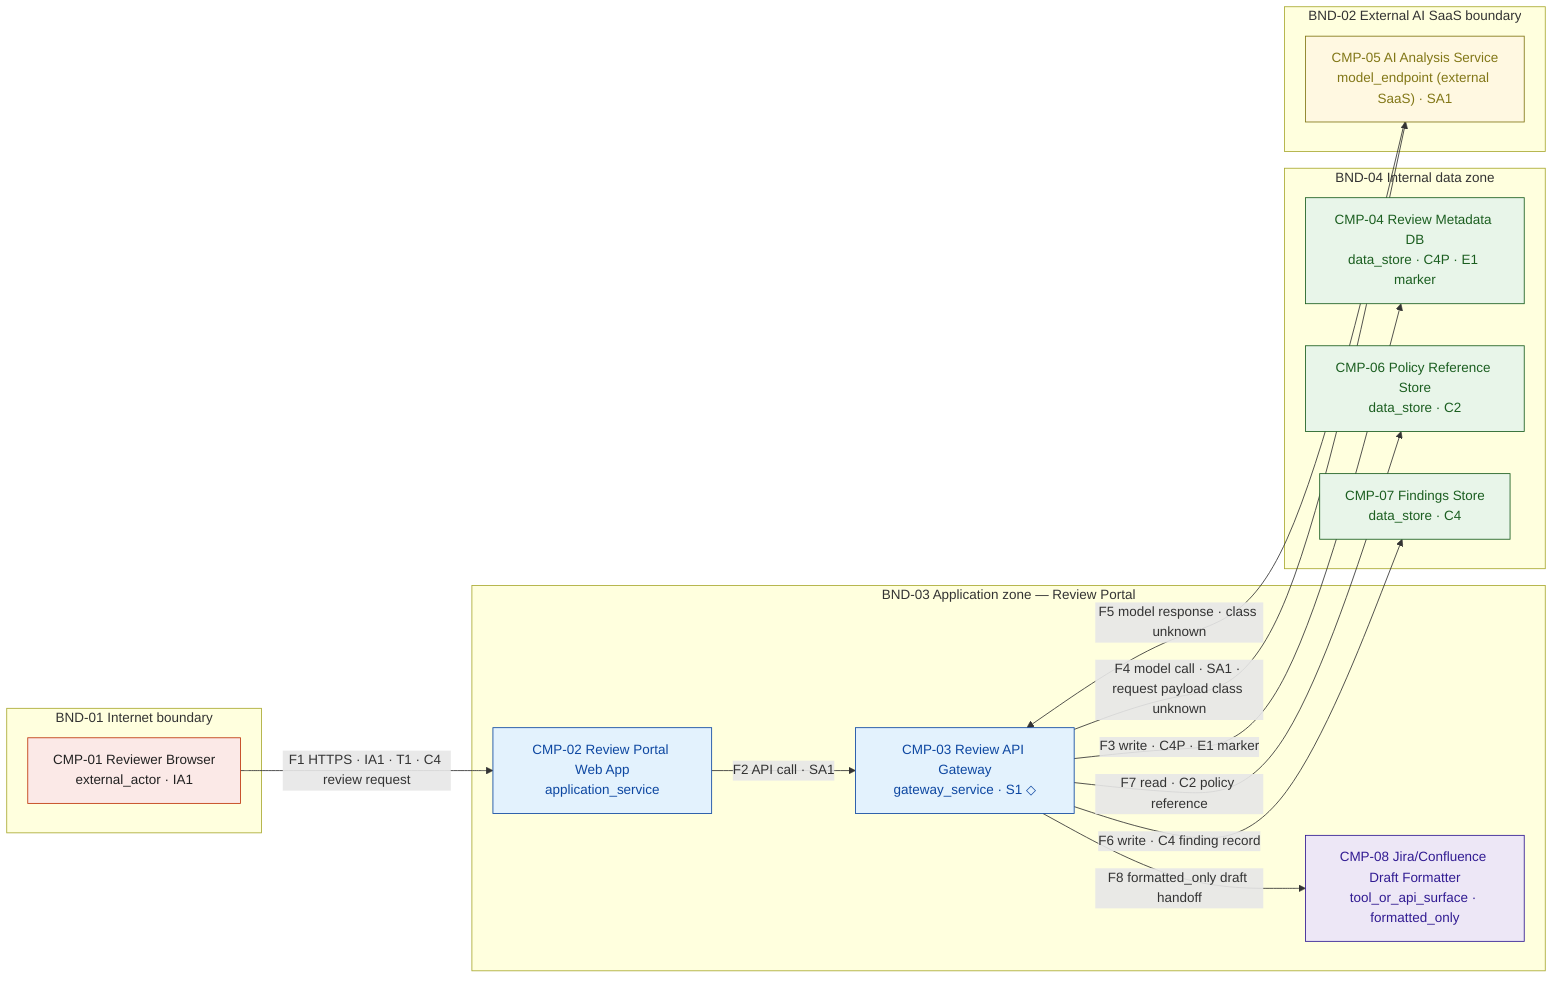
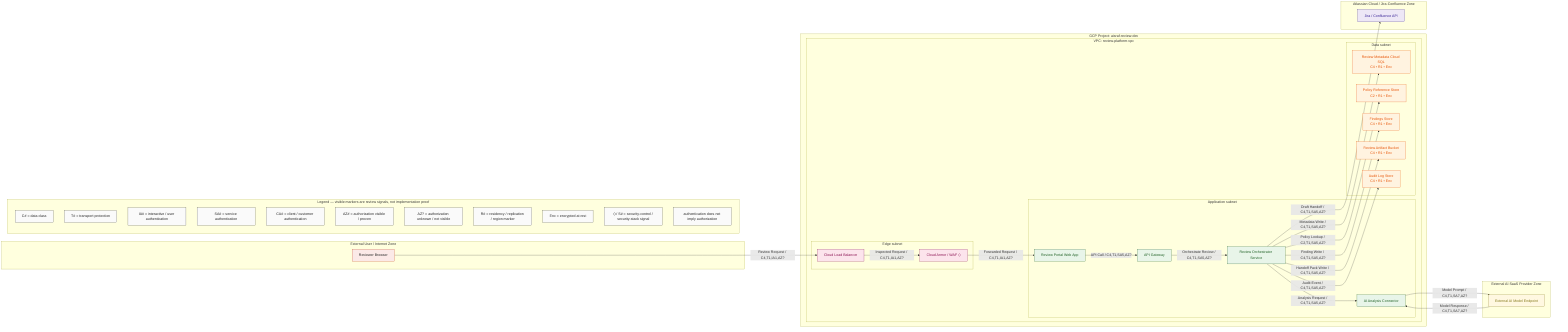
- %% sample-001-dfd-crop — AI SaaS Security Review Portal
- %% Synthetic DFD for AISRAF SAS Prototype v0.1.2 Build Package 10.
+ %% sample-001-dfd-crop — AI SaaS Security Review Portal (GCP-style architecture review DFD)
+ %% Synthetic DFD for AISRAF SAS Prototype v0.1.2.
+ %% Build Package 10A corrective patch resolves BP12-SAMPLE-DFD-BLOCKER on the sample side.
+ %% Default standard enforced:
+ %%   - real architecture boundaries (no BND-* as primary visual labels)
+ %%   - real component names (no CMP-* as primary visual labels)
+ %%   - 4-token flow grammar: <flow name> / <C#>,<T#>,<IA#|SA#|CA#>,<AZ#|AZ?>
+ %%   - data-store grammar: <class> • <R#> • <Enc|Tok|Mask|Clr|Unknown>
+ %%   - authentication does not imply authorization; if authorization is not visibly proven, AZ? is the explicit unknown marker
+ %%   - embedded legend subgraph rendered as part of the DFD
+ %%   - extraction IDs (CMP-NN, BND-NN, F#, BC-NN) live only in expected baselines and analyst-output tables
%% No real PII, PAN, SSN, PHI, secrets, credentials, or production endpoints.
%% Regenerate the PNG with:
%%   mmdc -i samples/sample-001-dfd-crop/inputs/dfd-crop.mmd \
%%        -o samples/sample-001-dfd-crop/inputs/dfd-crop.png \
- %%        -w 2200 -H 1400 -b transparent
+ %%        -w 2600 -H 1700 -b transparent
flowchart LR
  classDef extZone fill:#fbe9e7,stroke:#bf360c,stroke-width:1px,color:#212121
-   classDef appZone fill:#e3f2fd,stroke:#0d47a1,stroke-width:1px,color:#0d47a1
-   classDef dataZone fill:#e8f5e9,stroke:#1b5e20,stroke-width:1px,color:#1b5e20
+   classDef gcpProj fill:#e3f2fd,stroke:#0d47a1,stroke-width:1px,color:#0d47a1
+   classDef vpcZone fill:#f3e5f5,stroke:#4a148c,stroke-width:1px,color:#4a148c
+   classDef edgeSub fill:#fce4ec,stroke:#880e4f,stroke-width:1px,color:#880e4f
+   classDef appSub fill:#e8f5e9,stroke:#1b5e20,stroke-width:1px,color:#1b5e20
+   classDef dataSub fill:#fff3e0,stroke:#e65100,stroke-width:1px,color:#e65100
  classDef saasZone fill:#fff8e1,stroke:#827717,stroke-width:1px,color:#827717
-   classDef toolZone fill:#ede7f6,stroke:#311b92,stroke-width:1px,color:#311b92
-   classDef stackMark fill:#ffffff,stroke:#0d47a1,stroke-width:2px,color:#0d47a1
+   classDef atlasZone fill:#ede7f6,stroke:#311b92,stroke-width:1px,color:#311b92
+   classDef legendBox fill:#fafafa,stroke:#424242,stroke-width:1px,color:#212121

-   subgraph BND01[BND-01 Internet boundary]
-     CMP01["CMP-01 Reviewer Browser<br/>external_actor · IA1"]:::extZone
+   subgraph EXT[External User / Internet Zone]
+     REVBR["Reviewer Browser"]:::extZone
  end

-   subgraph BND03[BND-03 Application zone — Review Portal]
-     CMP02["CMP-02 Review Portal Web App<br/>application_service"]:::appZone
-     CMP03["CMP-03 Review API Gateway<br/>gateway_service · S1 ◇"]:::appZone
-     CMP08["CMP-08 Jira/Confluence Draft Formatter<br/>tool_or_api_surface · formatted_only"]:::toolZone
+   subgraph GCP[GCP Project: aisraf-review-dev]
+     subgraph VPC1[VPC: review-platform-vpc]
+       subgraph EDGE[Edge subnet]
+         CLB["Cloud Load Balancer"]:::edgeSub
+         WAF["Cloud Armor / WAF ◇"]:::edgeSub
+       end
+       subgraph APP[Application subnet]
+         WEBAPP["Review Portal Web App"]:::appSub
+         APIGW["API Gateway"]:::appSub
+         ORCH["Review Orchestrator Service"]:::appSub
+         AICONN["AI Analysis Connector"]:::appSub
+       end
+       subgraph DATA[Data subnet]
+         SQLDB["Review Metadata Cloud SQL<br/>C4 • R1 • Enc"]:::dataSub
+         POLDB["Policy Reference Store<br/>C2 • R1 • Enc"]:::dataSub
+         FINDDB["Findings Store<br/>C4 • R1 • Enc"]:::dataSub
+         ARTBKT["Review Artifact Bucket<br/>C4 • R1 • Enc"]:::dataSub
+         AUDLG["Audit Log Store<br/>C4 • R1 • Enc"]:::dataSub
+       end
+     end
  end

-   subgraph BND04[BND-04 Internal data zone]
-     CMP04["CMP-04 Review Metadata DB<br/>data_store · C4P · E1 marker"]:::dataZone
-     CMP06["CMP-06 Policy Reference Store<br/>data_store · C2"]:::dataZone
-     CMP07["CMP-07 Findings Store<br/>data_store · C4"]:::dataZone
+   subgraph SAAS[External AI SaaS Provider Zone]
+     AIMODEL["External AI Model Endpoint"]:::saasZone
  end

-   subgraph BND02[BND-02 External AI SaaS boundary]
-     CMP05["CMP-05 AI Analysis Service<br/>model_endpoint (external SaaS) · SA1"]:::saasZone
+   subgraph ATL[Atlassian Cloud / Jira-Confluence Zone]
+     JIRACONF["Jira / Confluence API"]:::atlasZone
  end

-   CMP01 -- "F1 HTTPS · IA1 · T1 · C4 review request" --> CMP02
-   CMP02 -- "F2 API call · SA1" --> CMP03
-   CMP03 -- "F3 write · C4P · E1 marker" --> CMP04
-   CMP03 -- "F4 model call · SA1 · request payload class unknown" --> CMP05
-   CMP05 -- "F5 model response · class unknown" --> CMP03
-   CMP03 -- "F6 write · C4 finding record" --> CMP07
-   CMP03 -- "F7 read · C2 policy reference" --> CMP06
-   CMP03 -- "F8 formatted_only draft handoff" --> CMP08
+   subgraph LEGEND[Legend — visible markers are review signals, not implementation proof]
+     L1["C# = data class"]:::legendBox
+     L2["T# = transport protection"]:::legendBox
+     L3["IA# = interactive / user authentication"]:::legendBox
+     L4["SA# = service authentication"]:::legendBox
+     L5["CA# = client / customer authentication"]:::legendBox
+     L6["AZ# = authorization visible / proven"]:::legendBox
+     L7["AZ? = authorization unknown / not visible"]:::legendBox
+     L8["R# = residency / replication / region marker"]:::legendBox
+     L9["Enc = encrypted at rest"]:::legendBox
+     L10["◇ / S# = security-control / security-stack signal"]:::legendBox
+     L11["authentication does not imply authorization"]:::legendBox
+   end
+ 
+   REVBR -- "Review Request / C4,T1,IA1,AZ?" --> CLB
+   CLB -- "Inspected Request / C4,T1,IA1,AZ?" --> WAF
+   WAF -- "Forwarded Request / C4,T1,IA1,AZ?" --> WEBAPP
+   WEBAPP -- "API Call / C4,T1,SA5,AZ?" --> APIGW
+   APIGW -- "Orchestrate Review / C4,T1,SA5,AZ?" --> ORCH
+   ORCH -- "Metadata Write / C4,T1,SA5,AZ?" --> SQLDB
+   ORCH -- "Policy Lookup / C2,T1,SA5,AZ?" --> POLDB
+   ORCH -- "Analysis Request / C4,T1,SA5,AZ?" --> AICONN
+   AICONN -- "Model Prompt / C4,T1,SA7,AZ?" --> AIMODEL
+   AIMODEL -- "Model Response / C4,T1,SA7,AZ?" --> AICONN
+   ORCH -- "Finding Write / C4,T1,SA5,AZ?" --> FINDDB
+   ORCH -- "Handoff Pack Write / C4,T1,SA5,AZ?" --> ARTBKT
+   ORCH -- "Audit Event / C4,T1,SA5,AZ?" --> AUDLG
+   ORCH -- "Draft Handoff / C4,T1,SA5,AZ?" --> JIRACONF
